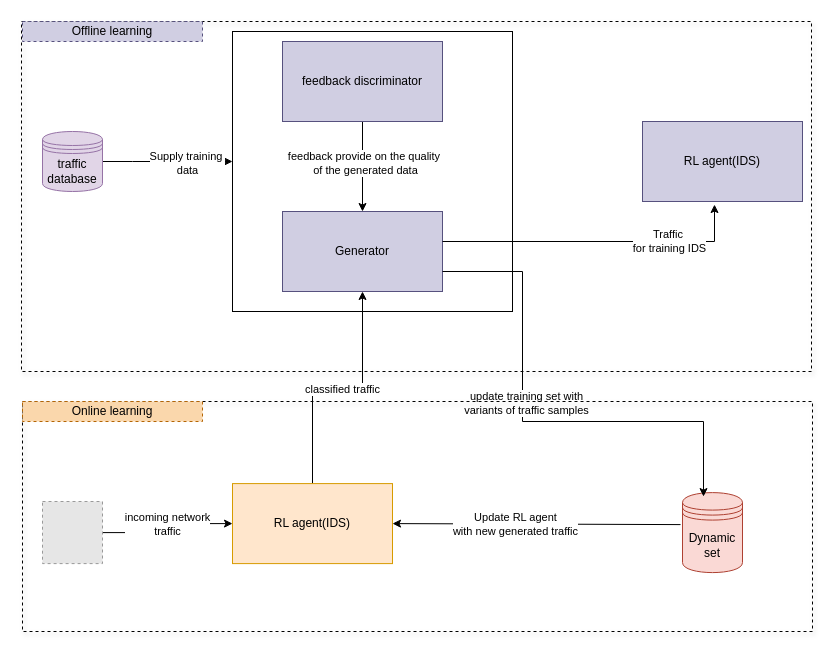
Above: overall_architecture.drawio in elgenio123/diagrams (draw.io), before the change. Source tidied: cells renumbered, new cells numbered last; positions are measured from the earlier drawing's top-left corner, leaving out a move shared by most shapes. Both pictures are drawn from the tidied source at 100%, with x=0, y=0 at pixel (21, 21). Pictures stored in the file or linked from it are replaced by grey dashed boxes.
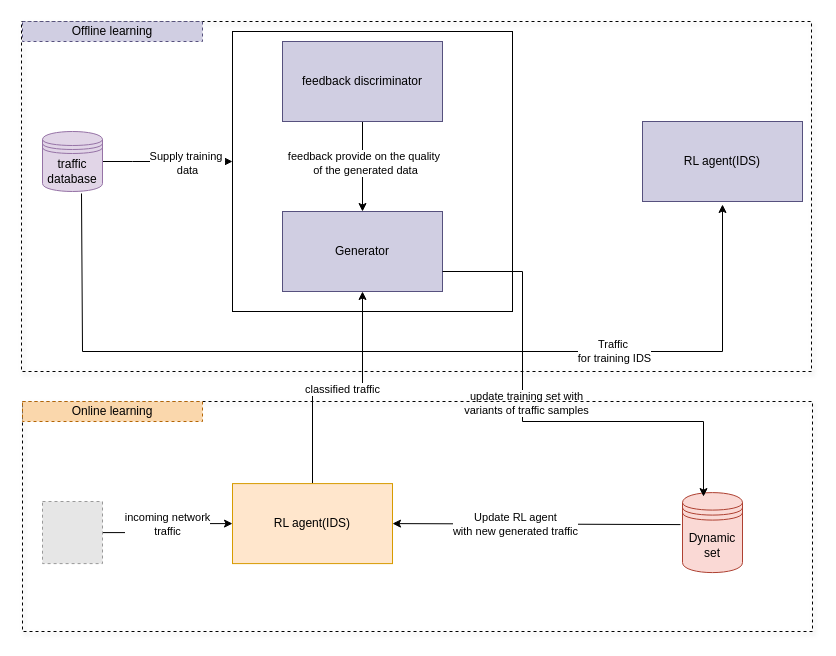
The same page after the edit.

Commit message:
Mettre à jour overall_architecture.drawio

The change refers to these unchanged cells:
```xml
<mxCell id="4" value="traffic database" style="shape=datastore;whiteSpace=wrap;html=1;fillColor=#e1d5e7;strokeColor=#9673a6;" parent="1" vertex="1">
  <mxGeometry x="21" y="110" width="60" height="60" as="geometry" />
</mxCell>
<mxCell id="19" value="RL agent(IDS)" style="rounded=0;whiteSpace=wrap;html=1;fillColor=#d0cee2;strokeColor=#56517e;" parent="1" vertex="1">
  <mxGeometry x="621" y="100" width="160" height="80" as="geometry" />
</mxCell>
```

What changed in the source:
```diff
@@
-    <mxCell id="20" style="endArrow=classic;html=1;rounded=0;entryX=0.45;entryY=1.038;entryDx=0;entryDy=0;entryPerimeter=0;" parent="1" edge="1" target="19">
+    <mxCell id="20" style="endArrow=classic;html=1;rounded=0;exitX=0.65;exitY=1.033;exitDx=0;exitDy=0;exitPerimeter=0;" parent="1" edge="1" source="4">
       <mxGeometry relative="1" as="geometry">
-        <mxPoint x="421" y="220" as="sourcePoint" />
+        <mxPoint x="701" y="183" as="targetPoint" />
         <Array as="points">
-          <mxPoint x="693" y="220" />
+          <mxPoint x="61" y="330" />
+          <mxPoint x="701" y="330" />
         </Array>
       </mxGeometry>
     </mxCell>
```
